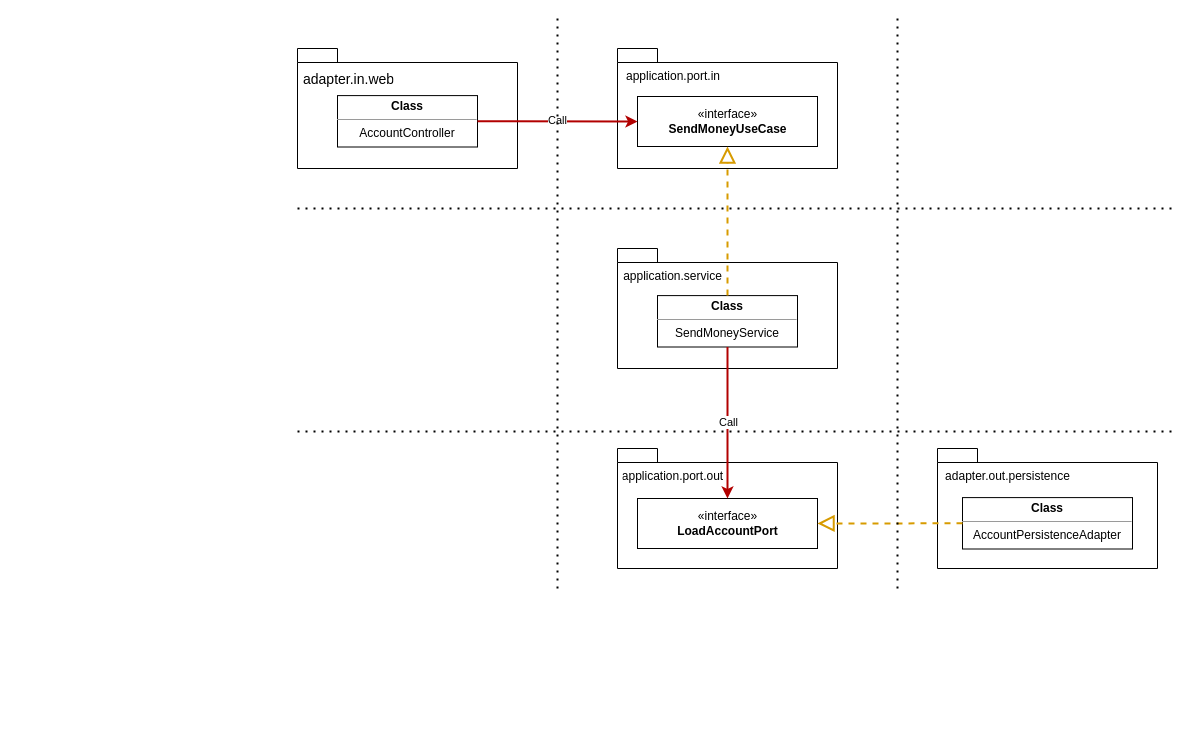
archtop/hexagonal-archt-lab keeps this draw.io diagram as diagrams/Calling_Flow_1.drawio. Above is the earlier version. Source tidied: cells renumbered, new cells numbered last; positions are measured from the earlier drawing's top-left corner, leaving out a move shared by most shapes. Both pictures are drawn from the tidied source at 100%, with x=0, y=0 at pixel (297, 18).
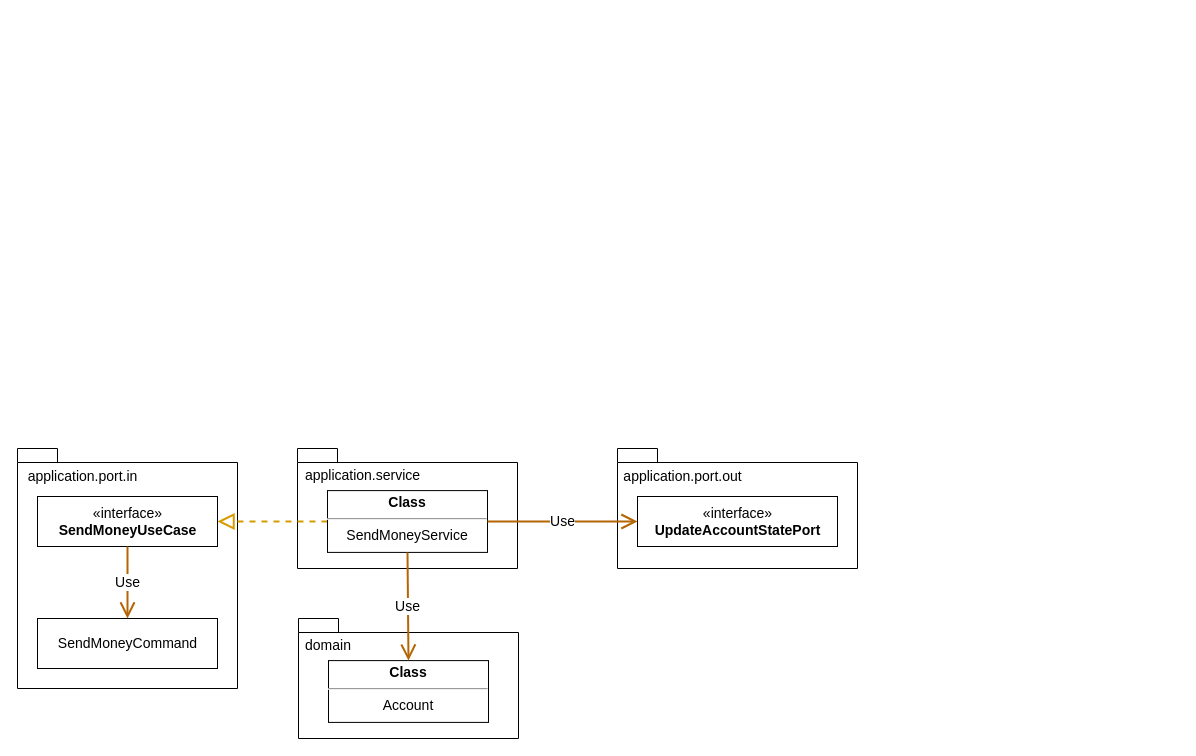
The same diagram, later.

What changed in the source:
```diff
@@
-    <mxCell id="2" style="group;" parent="1" vertex="1">
-      <mxGeometry y="30" width="220" height="120" as="geometry" />
-    </mxCell>
-    <mxCell id="3" style="shape=folder;fontStyle=1;spacingTop=10;tabWidth=40;tabHeight=14;tabPosition=left;html=1;" parent="2" vertex="1">
-      <mxGeometry width="220" height="120" as="geometry" />
-    </mxCell>
-    <mxCell id="4" value="adapter.in.web" style="text;strokeColor=none;fillColor=none;align=left;verticalAlign=top;spacingLeft=4;spacingRight=4;overflow=hidden;fontSize=14;" parent="2" vertex="1">
-      <mxGeometry y="16.3" width="100" height="22.3" as="geometry" />
-    </mxCell>
-    <mxCell id="5" value="&lt;p style=&quot;margin: 4px 0px 0px;&quot;&gt;&lt;b&gt;Class&lt;/b&gt;&lt;/p&gt;&lt;hr size=&quot;1&quot;&gt;&lt;div style=&quot;height: 2px&quot;&gt;AccountController&lt;/div&gt;" style="verticalAlign=middle;align=center;overflow=fill;fontSize=12;fontFamily=Helvetica;html=1;" parent="2" vertex="1">
-      <mxGeometry x="40" y="47.1" width="140" height="51.4" as="geometry" />
-    </mxCell>
-    <mxCell id="6" style="group;" parent="1" vertex="1">
-      <mxGeometry x="320" y="30" width="220" height="120" as="geometry" />
-    </mxCell>
+    <mxCell id="17" style="shape=folder;fontStyle=1;spacingTop=10;tabWidth=40;tabHeight=14;tabPosition=left;html=1;" parent="1" vertex="1">
+      <mxGeometry x="320" y="430" width="240" height="120" as="geometry" />
+    </mxCell>
+    <mxCell id="13" style="shape=folder;fontStyle=1;spacingTop=10;tabWidth=40;tabHeight=14;tabPosition=left;html=1;" parent="1" vertex="1">
+      <mxGeometry y="430" width="220" height="120" as="geometry" />
+    </mxCell>
-    <mxCell id="7" style="shape=folder;fontStyle=1;spacingTop=10;tabWidth=40;tabHeight=14;tabPosition=left;html=1;" parent="6" vertex="1">
-      <mxGeometry width="220" height="120" as="geometry" />
+    <mxCell id="7" style="shape=folder;fontStyle=1;spacingTop=10;tabWidth=40;tabHeight=14;tabPosition=left;html=1;" parent="1" vertex="1">
+      <mxGeometry x="-280" y="430" width="220" height="240" as="geometry" />
     </mxCell>
+    <mxCell id="16" style="endArrow=block;dashed=1;endFill=0;endSize=12;html=1;strokeWidth=2;fillColor=#ffe6cc;strokeColor=#d79b00;entryX=1;entryY=0.5;entryDx=0;entryDy=0;exitX=0;exitY=0.5;exitDx=0;exitDy=0;" parent="1" edge="1" source="15" target="9">
+      <mxGeometry relative="1" as="geometry" />
+    </mxCell>
+    <mxCell id="18" value="application.port.out" style="text;strokeColor=none;fillColor=none;align=center;verticalAlign=middle;spacingLeft=4;spacingRight=4;overflow=hidden;fontSize=14;" parent="1" vertex="1">
+      <mxGeometry x="321" y="446.3" width="129" height="22.3" as="geometry" />
+    </mxCell>
+    <mxCell id="19" value="«interface»&lt;br style=&quot;font-size: 14px&quot;&gt;&lt;b style=&quot;font-size: 14px&quot;&gt;UpdateAccountStatePort&lt;/b&gt;" style="html=1;fillColor=none;align=center;fontSize=14;" parent="1" vertex="1">
+      <mxGeometry x="340" y="478" width="200" height="50" as="geometry" />
+    </mxCell>
-    <mxCell id="8" value="application.port.in" style="text;strokeColor=none;fillColor=none;align=center;verticalAlign=middle;spacingLeft=4;spacingRight=4;overflow=hidden;" parent="6" vertex="1">
-      <mxGeometry x="1" y="16.3" width="110" height="22.3" as="geometry" />
+    <mxCell id="8" value="application.port.in" style="text;strokeColor=none;fillColor=none;align=center;verticalAlign=middle;spacingLeft=4;spacingRight=4;overflow=hidden;fontSize=14;" parent="1" vertex="1">
+      <mxGeometry x="-279" y="446.3" width="129" height="22.3" as="geometry" />
     </mxCell>
-    <mxCell id="9" value="«interface»&lt;br&gt;&lt;b&gt;SendMoneyUseCase&lt;/b&gt;" style="html=1;fillColor=none;align=center;" parent="6" vertex="1">
-      <mxGeometry x="20" y="48" width="180" height="50" as="geometry" />
+    <mxCell id="9" value="«interface»&lt;br style=&quot;font-size: 14px;&quot;&gt;&lt;b style=&quot;font-size: 14px;&quot;&gt;SendMoneyUseCase&lt;/b&gt;" style="html=1;fillColor=none;align=center;fontSize=14;" parent="1" vertex="1">
+      <mxGeometry x="-260" y="478" width="180" height="50" as="geometry" />
     </mxCell>
-    <mxCell id="10" style="endArrow=classic;html=1;strokeWidth=2;fillColor=#e51400;strokeColor=#B20000;exitX=1;exitY=0.5;exitDx=0;exitDy=0;entryX=0;entryY=0.5;entryDx=0;entryDy=0;" parent="1" edge="1" source="5" target="9">
-      <mxGeometry relative="1" as="geometry" />
-    </mxCell>
-    <mxCell id="11" value="Call" style="edgeLabel;html=1;align=center;verticalAlign=middle;" parent="10" vertex="1">
-      <mxGeometry relative="1" as="geometry">
-        <mxPoint y="-1" as="offset" />
-      </mxGeometry>
-    </mxCell>
-    <mxCell id="12" style="group;" parent="1" vertex="1">
-      <mxGeometry x="320" y="230" width="220" height="120" as="geometry" />
-    </mxCell>
-    <mxCell id="13" style="shape=folder;fontStyle=1;spacingTop=10;tabWidth=40;tabHeight=14;tabPosition=left;html=1;" parent="12" vertex="1">
-      <mxGeometry width="220" height="120" as="geometry" />
-    </mxCell>
+    <mxCell id="32" value="SendMoneyCommand" style="html=1;fontSize=14;" parent="1" vertex="1">
+      <mxGeometry x="-260" y="600" width="180" height="50" as="geometry" />
+    </mxCell>
+    <mxCell id="33" value="Use" style="endArrow=open;endSize=12;html=1;fontSize=14;exitX=0.5;exitY=1;exitDx=0;exitDy=0;entryX=0.5;entryY=0;entryDx=0;entryDy=0;strokeWidth=2;fillColor=#fad7ac;strokeColor=#b46504;" parent="1" edge="1" source="9" target="32">
+      <mxGeometry relative="1" as="geometry" />
+    </mxCell>
-    <mxCell id="14" value="application.service" style="text;strokeColor=none;fillColor=none;align=center;verticalAlign=middle;spacingLeft=4;spacingRight=4;overflow=hidden;" parent="12" vertex="1">
-      <mxGeometry x="1" y="16.3" width="109" height="22.3" as="geometry" />
+    <mxCell id="14" value="application.service" style="text;strokeColor=none;fillColor=none;align=center;verticalAlign=middle;spacingLeft=4;spacingRight=4;overflow=hidden;fontSize=14;" parent="1" vertex="1">
+      <mxGeometry x="1" y="442.5" width="129" height="26.1" as="geometry" />
     </mxCell>
-    <mxCell id="15" value="&lt;p style=&quot;margin: 4px 0px 0px&quot;&gt;&lt;b&gt;Class&lt;/b&gt;&lt;/p&gt;&lt;hr size=&quot;1&quot;&gt;&lt;div style=&quot;height: 2px&quot;&gt;SendMoneyService&lt;/div&gt;" style="verticalAlign=middle;align=center;overflow=fill;fontSize=12;fontFamily=Helvetica;html=1;" parent="12" vertex="1">
-      <mxGeometry x="40" y="47.1" width="140" height="51.4" as="geometry" />
+    <mxCell id="15" value="&lt;p style=&quot;margin: 4px 0px 0px; font-size: 14px;&quot;&gt;&lt;b style=&quot;font-size: 14px;&quot;&gt;Class&lt;/b&gt;&lt;/p&gt;&lt;hr style=&quot;font-size: 14px;&quot;&gt;&lt;div style=&quot;height: 2px; font-size: 14px;&quot;&gt;SendMoneyService&lt;/div&gt;" style="verticalAlign=middle;align=center;overflow=fill;fontSize=14;fontFamily=Helvetica;html=1;" parent="1" vertex="1">
+      <mxGeometry x="30" y="472.1" width="160" height="61.8" as="geometry" />
     </mxCell>
-    <mxCell id="16" style="endArrow=block;dashed=1;endFill=0;endSize=12;html=1;strokeWidth=2;entryX=0.5;entryY=1;entryDx=0;entryDy=0;fillColor=#ffe6cc;strokeColor=#d79b00;" parent="1" edge="1" source="15" target="9">
-      <mxGeometry relative="1" as="geometry" />
-    </mxCell>
-    <mxCell id="17" style="shape=folder;fontStyle=1;spacingTop=10;tabWidth=40;tabHeight=14;tabPosition=left;html=1;" parent="1" vertex="1">
-      <mxGeometry x="320" y="430" width="220" height="120" as="geometry" />
-    </mxCell>
-    <mxCell id="18" value="application.port.out" style="text;strokeColor=none;fillColor=none;align=center;verticalAlign=middle;spacingLeft=4;spacingRight=4;overflow=hidden;" parent="1" vertex="1">
-      <mxGeometry x="321" y="446.3" width="109" height="22.3" as="geometry" />
-    </mxCell>
-    <mxCell id="19" value="«interface»&lt;br&gt;&lt;b&gt;LoadAccountPort&lt;/b&gt;" style="html=1;fillColor=none;align=center;" parent="1" vertex="1">
-      <mxGeometry x="340" y="480" width="180" height="50" as="geometry" />
-    </mxCell>
+    <mxCell id="34" style="shape=folder;fontStyle=1;spacingTop=10;tabWidth=40;tabHeight=14;tabPosition=left;html=1;" parent="1" vertex="1">
+      <mxGeometry x="1" y="600" width="220" height="120" as="geometry" />
+    </mxCell>
+    <mxCell id="35" value="domain" style="text;strokeColor=none;fillColor=none;align=center;verticalAlign=middle;spacingLeft=4;spacingRight=4;overflow=hidden;fontSize=14;" parent="1" vertex="1">
+      <mxGeometry x="2" y="612.5" width="58" height="26.1" as="geometry" />
+    </mxCell>
+    <mxCell id="36" value="&lt;p style=&quot;margin: 4px 0px 0px ; font-size: 14px&quot;&gt;&lt;b style=&quot;font-size: 14px&quot;&gt;Class&lt;/b&gt;&lt;/p&gt;&lt;hr style=&quot;font-size: 14px&quot;&gt;&lt;div style=&quot;height: 2px ; font-size: 14px&quot;&gt;Account&lt;/div&gt;" style="verticalAlign=middle;align=center;overflow=fill;fontSize=14;fontFamily=Helvetica;html=1;" parent="1" vertex="1">
+      <mxGeometry x="31" y="642.1" width="160" height="61.8" as="geometry" />
+    </mxCell>
+    <mxCell id="37" value="Use" style="endArrow=open;endSize=12;html=1;fontSize=14;exitX=0.5;exitY=1;exitDx=0;exitDy=0;entryX=0.5;entryY=0;entryDx=0;entryDy=0;strokeWidth=2;fillColor=#fad7ac;strokeColor=#b46504;" parent="1" edge="1" source="15" target="36">
+      <mxGeometry relative="1" as="geometry" />
+    </mxCell>
-    <mxCell id="20" style="endArrow=classic;html=1;strokeWidth=2;fillColor=#e51400;strokeColor=#B20000;exitX=0.5;exitY=1;exitDx=0;exitDy=0;" parent="1" edge="1" source="15" target="19">
+    <mxCell id="20" value="Use" style="endArrow=open;endSize=12;html=1;fontSize=14;exitX=1;exitY=0.5;exitDx=0;exitDy=0;entryX=0;entryY=0.5;entryDx=0;entryDy=0;strokeWidth=2;fillColor=#fad7ac;strokeColor=#b46504;" parent="1" edge="1" source="15" target="19">
       <mxGeometry relative="1" as="geometry" />
     </mxCell>
-    <mxCell id="21" value="Call" style="edgeLabel;html=1;align=center;verticalAlign=middle;" parent="20" vertex="1">
-      <mxGeometry relative="1" as="geometry">
-        <mxPoint y="-1" as="offset" />
-      </mxGeometry>
-    </mxCell>
-    <mxCell id="22" style="group;" parent="1" vertex="1">
-      <mxGeometry x="640" y="430" width="220" height="120" as="geometry" />
-    </mxCell>
-    <mxCell id="23" style="group;" parent="22" vertex="1">
-      <mxGeometry width="220" height="120" as="geometry" />
-    </mxCell>
-    <mxCell id="24" style="shape=folder;fontStyle=1;spacingTop=10;tabWidth=40;tabHeight=14;tabPosition=left;html=1;" parent="23" vertex="1">
-      <mxGeometry width="220" height="120" as="geometry" />
-    </mxCell>
-    <mxCell id="25" value="adapter.out.persistence" style="text;strokeColor=none;fillColor=none;align=center;verticalAlign=middle;spacingLeft=4;spacingRight=4;overflow=hidden;" parent="23" vertex="1">
-      <mxGeometry x="1" y="16.3" width="139" height="22.3" as="geometry" />
-    </mxCell>
-    <mxCell id="26" value="&lt;p style=&quot;margin: 4px 0px 0px&quot;&gt;&lt;b&gt;Class&lt;/b&gt;&lt;/p&gt;&lt;hr size=&quot;1&quot;&gt;&lt;div style=&quot;height: 2px&quot;&gt;AccountPersistenceAdapter&lt;/div&gt;" style="verticalAlign=middle;align=center;overflow=fill;fontSize=12;fontFamily=Helvetica;html=1;" parent="23" vertex="1">
-      <mxGeometry x="25" y="49.1" width="170" height="51.4" as="geometry" />
-    </mxCell>
-    <mxCell id="27" style="endArrow=block;dashed=1;endFill=0;endSize=12;html=1;strokeWidth=2;entryX=1;entryY=0.5;entryDx=0;entryDy=0;fillColor=#ffe6cc;strokeColor=#d79b00;exitX=0;exitY=0.5;exitDx=0;exitDy=0;" parent="1" edge="1" source="26" target="19">
-      <mxGeometry relative="1" as="geometry" />
-    </mxCell>
-    <mxCell id="28" style="endArrow=none;dashed=1;html=1;dashPattern=1 3;strokeWidth=2;" parent="1" edge="1">
-      <mxGeometry relative="1" as="geometry">
-        <mxPoint x="260" y="570" as="sourcePoint" />
-        <mxPoint x="260" as="targetPoint" />
-      </mxGeometry>
-    </mxCell>
-    <mxCell id="29" style="endArrow=none;dashed=1;html=1;dashPattern=1 3;strokeWidth=2;" parent="1" edge="1">
-      <mxGeometry relative="1" as="geometry">
-        <mxPoint x="600" y="570" as="sourcePoint" />
-        <mxPoint x="600" as="targetPoint" />
-      </mxGeometry>
-    </mxCell>
-    <mxCell id="30" style="endArrow=none;dashed=1;html=1;dashPattern=1 3;strokeWidth=2;" parent="1" edge="1">
-      <mxGeometry relative="1" as="geometry">
-        <mxPoint y="190" as="sourcePoint" />
-        <mxPoint x="880" y="190" as="targetPoint" />
-      </mxGeometry>
-    </mxCell>
-    <mxCell id="31" style="endArrow=none;dashed=1;html=1;dashPattern=1 3;strokeWidth=2;" parent="1" edge="1">
-      <mxGeometry relative="1" as="geometry">
-        <mxPoint y="413" as="sourcePoint" />
-        <mxPoint x="880" y="413" as="targetPoint" />
-      </mxGeometry>
-    </mxCell>
```
